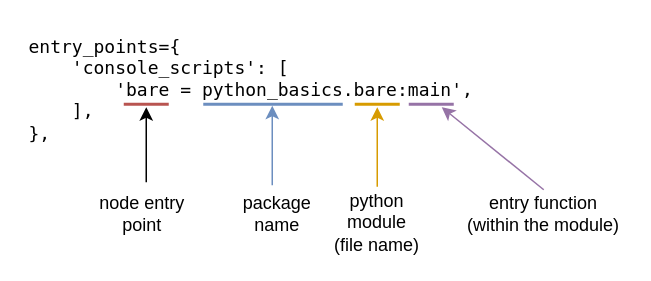
Before: src/resources/ros-nodes.drawio in harleylara/robotics, a draw.io diagram. Source tidied: cells renumbered, new cells numbered last; positions are measured from the earlier drawing's top-left corner, leaving out a move shared by most shapes. Both pictures are drawn from the tidied source at 150%, with x=0, y=0 at pixel (26, 26).
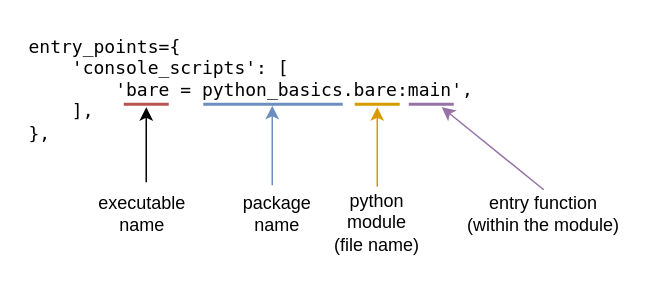
The same page after the edit.

Commit message:
update name of the node executable name

The edit, as a diff of the source:
```diff
@@
-    <mxCell id="4" value="node entry point" style="text;html=1;strokeColor=none;fillColor=none;align=center;verticalAlign=middle;whiteSpace=wrap;rounded=0;" parent="1" vertex="1">
+    <mxCell id="4" value="executable name" style="text;html=1;strokeColor=none;fillColor=none;align=center;verticalAlign=middle;whiteSpace=wrap;rounded=0;" parent="1" vertex="1">
       <mxGeometry x="40" y="110" width="75" height="30" as="geometry" />
     </mxCell>
```
